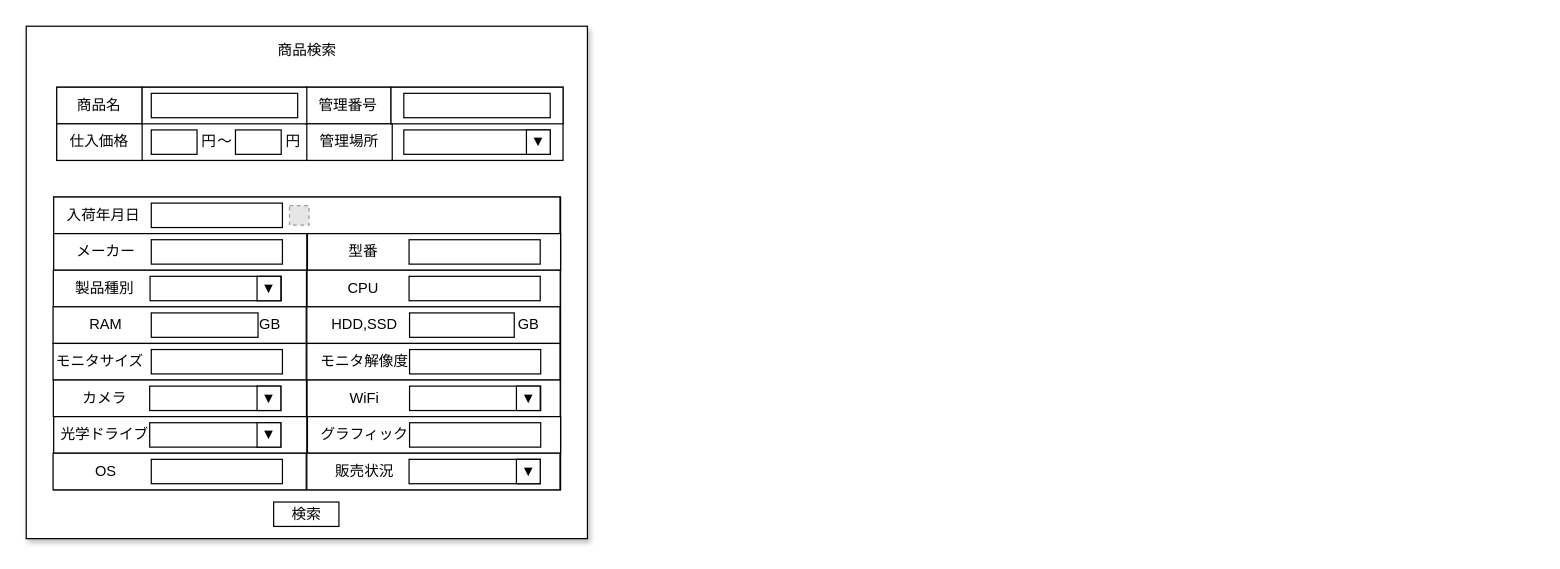
Earlier version of the draw.io diagram page "S08-01 商品情報検索" (1 of 3) of 各種設計書/6.画面設計書/S08_検索.drawio (HaruShim/Sotuken). Source tidied: cells renumbered, new cells numbered last; positions are measured from the earlier drawing's top-left corner, leaving out a move shared by most shapes. Both pictures are drawn from the tidied source at 122%, with x=0, y=0 at pixel (26, 26). Pictures stored in the file or linked from it are replaced by grey dashed boxes.
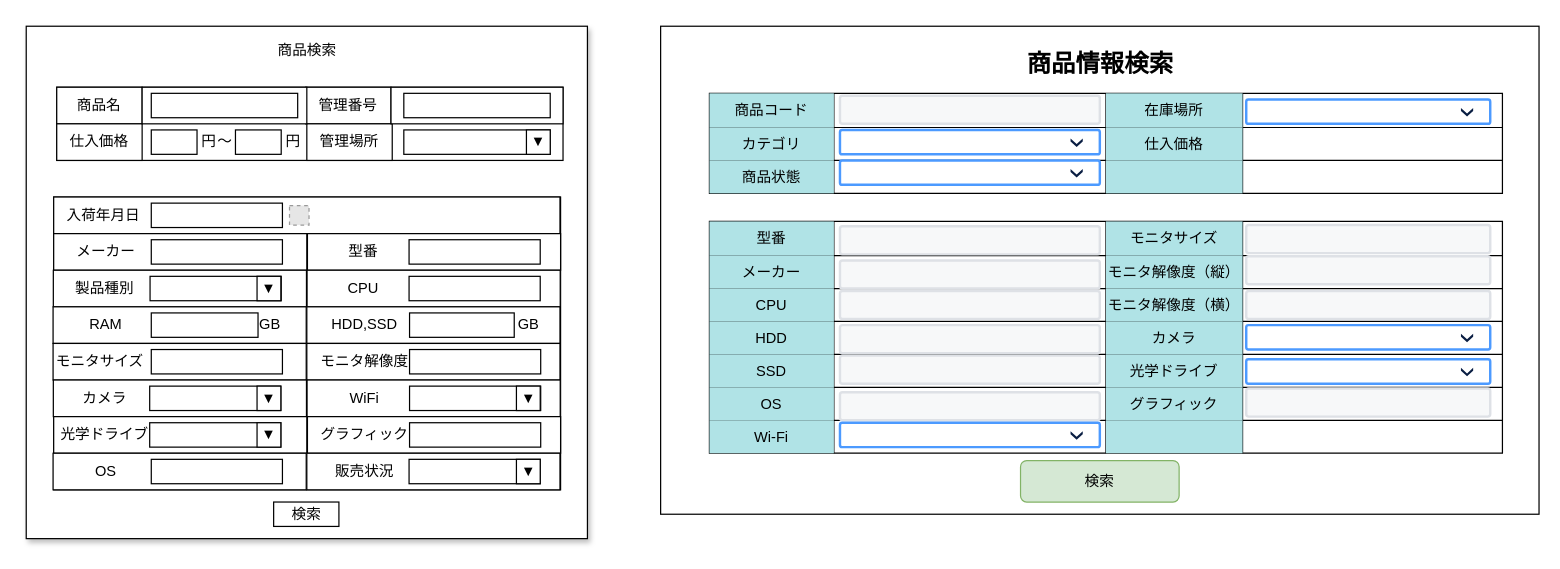
The same page after the edit.

The edit, as a diff of the source:
```diff
@@
+    <mxCell id="77" style="rounded=0;whiteSpace=wrap;html=1;fillColor=default;strokeColor=default;fontColor=default;" parent="1" vertex="1">
+      <mxGeometry x="520" width="720" height="400" as="geometry" />
+    </mxCell>
+    <mxCell id="78" value="商品情報検索" style="text;html=1;strokeColor=none;fillColor=none;align=center;verticalAlign=middle;whiteSpace=wrap;rounded=0;fontColor=default;fontStyle=1;fontSize=20;" parent="1" vertex="1">
+      <mxGeometry x="767.5" y="10" width="225" height="40" as="geometry" />
+    </mxCell>
+    <mxCell id="79" style="shape=table;startSize=0;childLayout=tableLayout;strokeColor=default;" parent="1" vertex="1">
+      <mxGeometry x="560" y="55" width="650" height="82" as="geometry" />
+    </mxCell>
+    <mxCell id="80" style="shape=partialRectangle;fillColor=none;top=0;left=0;bottom=0;right=0;strokeColor=default;" parent="79" vertex="1">
+      <mxGeometry width="650" height="28" as="geometry" />
+    </mxCell>
+    <mxCell id="81" value="商品コード" style="shape=partialRectangle;html=1;whiteSpace=wrap;overflow=hidden;fillColor=#b0e3e6;top=0;left=0;bottom=0;right=0;strokeColor=#0e8088;" parent="80" vertex="1">
+      <mxGeometry width="102" height="28" as="geometry" />
+    </mxCell>
+    <mxCell id="82" style="shape=partialRectangle;html=1;whiteSpace=wrap;overflow=hidden;fillColor=none;top=0;left=0;bottom=0;right=0;strokeColor=default;" parent="80" vertex="1">
+      <mxGeometry x="102" width="223" height="28" as="geometry" />
+    </mxCell>
+    <mxCell id="83" value="在庫場所" style="shape=partialRectangle;html=1;whiteSpace=wrap;overflow=hidden;fillColor=#b0e3e6;top=0;left=0;bottom=0;right=0;strokeColor=#0e8088;" parent="80" vertex="1">
+      <mxGeometry x="325" width="112" height="28" as="geometry" />
+    </mxCell>
+    <mxCell id="84" style="shape=partialRectangle;html=1;whiteSpace=wrap;overflow=hidden;fillColor=none;top=0;left=0;bottom=0;right=0;strokeColor=default;" parent="80" vertex="1">
+      <mxGeometry x="437" width="213" height="28" as="geometry" />
+    </mxCell>
+    <mxCell id="85" style="shape=partialRectangle;fillColor=none;top=0;left=0;bottom=0;right=0;strokeColor=default;" parent="79" vertex="1">
+      <mxGeometry y="28" width="650" height="27" as="geometry" />
+    </mxCell>
+    <mxCell id="86" value="カテゴリ" style="shape=partialRectangle;html=1;whiteSpace=wrap;overflow=hidden;fillColor=#b0e3e6;top=0;left=0;bottom=0;right=0;strokeColor=#0e8088;" parent="85" vertex="1">
+      <mxGeometry width="102" height="27" as="geometry" />
+    </mxCell>
+    <mxCell id="87" style="shape=partialRectangle;html=1;whiteSpace=wrap;overflow=hidden;fillColor=none;top=0;left=0;bottom=0;right=0;strokeColor=default;" parent="85" vertex="1">
+      <mxGeometry x="102" width="223" height="27" as="geometry" />
+    </mxCell>
+    <mxCell id="88" value="仕入価格" style="shape=partialRectangle;html=1;whiteSpace=wrap;overflow=hidden;fillColor=#b0e3e6;top=0;left=0;bottom=0;right=0;strokeColor=#0e8088;" parent="85" vertex="1">
+      <mxGeometry x="325" width="112" height="27" as="geometry" />
+    </mxCell>
+    <mxCell id="89" style="shape=partialRectangle;html=1;whiteSpace=wrap;overflow=hidden;fillColor=none;top=0;left=0;bottom=0;right=0;strokeColor=default;" parent="85" vertex="1">
+      <mxGeometry x="437" width="213" height="27" as="geometry" />
+    </mxCell>
+    <mxCell id="90" style="shape=partialRectangle;fillColor=none;top=0;left=0;bottom=0;right=0;strokeColor=default;" parent="79" vertex="1">
+      <mxGeometry y="55" width="650" height="27" as="geometry" />
+    </mxCell>
+    <mxCell id="91" value="商品状態" style="shape=partialRectangle;html=1;whiteSpace=wrap;overflow=hidden;fillColor=#b0e3e6;top=0;left=0;bottom=0;right=0;strokeColor=#0e8088;" parent="90" vertex="1">
+      <mxGeometry width="102" height="27" as="geometry" />
+    </mxCell>
+    <mxCell id="92" style="shape=partialRectangle;html=1;whiteSpace=wrap;overflow=hidden;fillColor=none;top=0;left=0;bottom=0;right=0;strokeColor=default;" parent="90" vertex="1">
+      <mxGeometry x="102" width="223" height="27" as="geometry" />
+    </mxCell>
+    <mxCell id="93" style="shape=partialRectangle;html=1;whiteSpace=wrap;overflow=hidden;fillColor=#b0e3e6;top=0;left=0;bottom=0;right=0;strokeColor=#0e8088;" parent="90" vertex="1">
+      <mxGeometry x="325" width="112" height="27" as="geometry" />
+    </mxCell>
+    <mxCell id="94" style="shape=partialRectangle;html=1;whiteSpace=wrap;overflow=hidden;fillColor=none;top=0;left=0;bottom=0;right=0;strokeColor=default;" parent="90" vertex="1">
+      <mxGeometry x="437" width="213" height="27" as="geometry" />
+    </mxCell>
+    <mxCell id="95" style="shape=table;startSize=0;childLayout=tableLayout;strokeColor=default;" parent="1" vertex="1">
+      <mxGeometry x="560" y="160" width="650" height="190" as="geometry" />
+    </mxCell>
+    <mxCell id="96" style="shape=partialRectangle;fillColor=none;top=0;left=0;bottom=0;right=0;strokeColor=default;" parent="95" vertex="1">
+      <mxGeometry width="650" height="28" as="geometry" />
+    </mxCell>
+    <mxCell id="97" value="型番" style="shape=partialRectangle;html=1;whiteSpace=wrap;overflow=hidden;fillColor=#b0e3e6;top=0;left=0;bottom=0;right=0;strokeColor=#0e8088;" parent="96" vertex="1">
+      <mxGeometry width="102" height="28" as="geometry" />
+    </mxCell>
+    <mxCell id="98" style="shape=partialRectangle;html=1;whiteSpace=wrap;overflow=hidden;fillColor=none;top=0;left=0;bottom=0;right=0;strokeColor=default;" parent="96" vertex="1">
+      <mxGeometry x="102" width="223" height="28" as="geometry" />
+    </mxCell>
+    <mxCell id="99" value="モニタサイズ" style="shape=partialRectangle;html=1;whiteSpace=wrap;overflow=hidden;fillColor=#b0e3e6;top=0;left=0;bottom=0;right=0;strokeColor=#0e8088;" parent="96" vertex="1">
+      <mxGeometry x="325" width="112" height="28" as="geometry" />
+    </mxCell>
+    <mxCell id="100" style="shape=partialRectangle;html=1;whiteSpace=wrap;overflow=hidden;fillColor=none;top=0;left=0;bottom=0;right=0;strokeColor=default;" parent="96" vertex="1">
+      <mxGeometry x="437" width="213" height="28" as="geometry" />
+    </mxCell>
+    <mxCell id="101" style="shape=partialRectangle;fillColor=none;top=0;left=0;bottom=0;right=0;strokeColor=default;" parent="95" vertex="1">
+      <mxGeometry y="28" width="650" height="27" as="geometry" />
+    </mxCell>
+    <mxCell id="102" value="メーカー" style="shape=partialRectangle;html=1;whiteSpace=wrap;overflow=hidden;fillColor=#b0e3e6;top=0;left=0;bottom=0;right=0;strokeColor=#0e8088;" parent="101" vertex="1">
+      <mxGeometry width="102" height="27" as="geometry" />
+    </mxCell>
+    <mxCell id="103" style="shape=partialRectangle;html=1;whiteSpace=wrap;overflow=hidden;fillColor=none;top=0;left=0;bottom=0;right=0;strokeColor=default;" parent="101" vertex="1">
+      <mxGeometry x="102" width="223" height="27" as="geometry" />
+    </mxCell>
+    <mxCell id="104" value="モニタ解像度（縦）" style="shape=partialRectangle;html=1;whiteSpace=wrap;overflow=hidden;fillColor=#b0e3e6;top=0;left=0;bottom=0;right=0;strokeColor=#0e8088;" parent="101" vertex="1">
+      <mxGeometry x="325" width="112" height="27" as="geometry" />
+    </mxCell>
+    <mxCell id="105" style="shape=partialRectangle;html=1;whiteSpace=wrap;overflow=hidden;fillColor=none;top=0;left=0;bottom=0;right=0;strokeColor=default;" parent="101" vertex="1">
+      <mxGeometry x="437" width="213" height="27" as="geometry" />
+    </mxCell>
+    <mxCell id="106" style="shape=partialRectangle;fillColor=none;top=0;left=0;bottom=0;right=0;strokeColor=default;" parent="95" vertex="1">
+      <mxGeometry y="55" width="650" height="27" as="geometry" />
+    </mxCell>
+    <mxCell id="107" value="CPU" style="shape=partialRectangle;html=1;whiteSpace=wrap;overflow=hidden;fillColor=#b0e3e6;top=0;left=0;bottom=0;right=0;strokeColor=#0e8088;" parent="106" vertex="1">
+      <mxGeometry width="102" height="27" as="geometry" />
+    </mxCell>
+    <mxCell id="108" style="shape=partialRectangle;html=1;whiteSpace=wrap;overflow=hidden;fillColor=none;top=0;left=0;bottom=0;right=0;strokeColor=default;" parent="106" vertex="1">
+      <mxGeometry x="102" width="223" height="27" as="geometry" />
+    </mxCell>
+    <mxCell id="109" value="モニタ解像度（横）" style="shape=partialRectangle;html=1;whiteSpace=wrap;overflow=hidden;fillColor=#b0e3e6;top=0;left=0;bottom=0;right=0;strokeColor=#0e8088;" parent="106" vertex="1">
+      <mxGeometry x="325" width="112" height="27" as="geometry" />
+    </mxCell>
+    <mxCell id="110" style="shape=partialRectangle;html=1;whiteSpace=wrap;overflow=hidden;fillColor=none;top=0;left=0;bottom=0;right=0;strokeColor=default;" parent="106" vertex="1">
+      <mxGeometry x="437" width="213" height="27" as="geometry" />
+    </mxCell>
+    <mxCell id="111" style="shape=partialRectangle;fillColor=none;top=0;left=0;bottom=0;right=0;strokeColor=default;" parent="95" vertex="1">
+      <mxGeometry y="82" width="650" height="27" as="geometry" />
+    </mxCell>
+    <mxCell id="112" value="HDD" style="shape=partialRectangle;html=1;whiteSpace=wrap;overflow=hidden;fillColor=#b0e3e6;top=0;left=0;bottom=0;right=0;strokeColor=#0e8088;" parent="111" vertex="1">
+      <mxGeometry width="102" height="27" as="geometry" />
+    </mxCell>
+    <mxCell id="113" style="shape=partialRectangle;html=1;whiteSpace=wrap;overflow=hidden;fillColor=none;top=0;left=0;bottom=0;right=0;strokeColor=default;" parent="111" vertex="1">
+      <mxGeometry x="102" width="223" height="27" as="geometry" />
+    </mxCell>
+    <mxCell id="114" value="カメラ" style="shape=partialRectangle;html=1;whiteSpace=wrap;overflow=hidden;fillColor=#b0e3e6;top=0;left=0;bottom=0;right=0;strokeColor=#0e8088;" parent="111" vertex="1">
+      <mxGeometry x="325" width="112" height="27" as="geometry" />
+    </mxCell>
+    <mxCell id="115" style="shape=partialRectangle;html=1;whiteSpace=wrap;overflow=hidden;fillColor=none;top=0;left=0;bottom=0;right=0;strokeColor=default;" parent="111" vertex="1">
+      <mxGeometry x="437" width="213" height="27" as="geometry" />
+    </mxCell>
+    <mxCell id="116" style="shape=partialRectangle;fillColor=none;top=0;left=0;bottom=0;right=0;strokeColor=default;" parent="95" vertex="1">
+      <mxGeometry y="109" width="650" height="27" as="geometry" />
+    </mxCell>
+    <mxCell id="117" value="SSD" style="shape=partialRectangle;html=1;whiteSpace=wrap;overflow=hidden;fillColor=#b0e3e6;top=0;left=0;bottom=0;right=0;strokeColor=#0e8088;" parent="116" vertex="1">
+      <mxGeometry width="102" height="27" as="geometry" />
+    </mxCell>
+    <mxCell id="118" style="shape=partialRectangle;html=1;whiteSpace=wrap;overflow=hidden;fillColor=none;top=0;left=0;bottom=0;right=0;strokeColor=default;" parent="116" vertex="1">
+      <mxGeometry x="102" width="223" height="27" as="geometry" />
+    </mxCell>
+    <mxCell id="119" value="光学ドライブ" style="shape=partialRectangle;html=1;whiteSpace=wrap;overflow=hidden;fillColor=#b0e3e6;top=0;left=0;bottom=0;right=0;strokeColor=#0e8088;" parent="116" vertex="1">
+      <mxGeometry x="325" width="112" height="27" as="geometry" />
+    </mxCell>
+    <mxCell id="120" style="shape=partialRectangle;html=1;whiteSpace=wrap;overflow=hidden;fillColor=none;top=0;left=0;bottom=0;right=0;strokeColor=default;" parent="116" vertex="1">
+      <mxGeometry x="437" width="213" height="27" as="geometry" />
+    </mxCell>
+    <mxCell id="121" style="shape=partialRectangle;fillColor=none;top=0;left=0;bottom=0;right=0;strokeColor=default;" parent="95" vertex="1">
+      <mxGeometry y="136" width="650" height="27" as="geometry" />
+    </mxCell>
+    <mxCell id="122" value="OS" style="shape=partialRectangle;html=1;whiteSpace=wrap;overflow=hidden;fillColor=#b0e3e6;top=0;left=0;bottom=0;right=0;strokeColor=#0e8088;" parent="121" vertex="1">
+      <mxGeometry width="102" height="27" as="geometry" />
+    </mxCell>
+    <mxCell id="123" style="shape=partialRectangle;html=1;whiteSpace=wrap;overflow=hidden;fillColor=none;top=0;left=0;bottom=0;right=0;strokeColor=default;" parent="121" vertex="1">
+      <mxGeometry x="102" width="223" height="27" as="geometry" />
+    </mxCell>
+    <mxCell id="124" value="グラフィック" style="shape=partialRectangle;html=1;whiteSpace=wrap;overflow=hidden;fillColor=#b0e3e6;top=0;left=0;bottom=0;right=0;strokeColor=#0e8088;" parent="121" vertex="1">
+      <mxGeometry x="325" width="112" height="27" as="geometry" />
+    </mxCell>
+    <mxCell id="125" style="shape=partialRectangle;html=1;whiteSpace=wrap;overflow=hidden;fillColor=none;top=0;left=0;bottom=0;right=0;strokeColor=default;" parent="121" vertex="1">
+      <mxGeometry x="437" width="213" height="27" as="geometry" />
+    </mxCell>
+    <mxCell id="126" style="shape=partialRectangle;fillColor=none;top=0;left=0;bottom=0;right=0;strokeColor=default;" parent="95" vertex="1">
+      <mxGeometry y="163" width="650" height="27" as="geometry" />
+    </mxCell>
+    <mxCell id="127" value="&lt;span&gt;Wi-Fi&lt;/span&gt;" style="shape=partialRectangle;html=1;whiteSpace=wrap;overflow=hidden;fillColor=#b0e3e6;top=0;left=0;bottom=0;right=0;strokeColor=#0e8088;" parent="126" vertex="1">
+      <mxGeometry width="102" height="27" as="geometry" />
+    </mxCell>
+    <mxCell id="128" style="shape=partialRectangle;html=1;whiteSpace=wrap;overflow=hidden;fillColor=none;top=0;left=0;bottom=0;right=0;strokeColor=default;" parent="126" vertex="1">
+      <mxGeometry x="102" width="223" height="27" as="geometry" />
+    </mxCell>
+    <mxCell id="129" style="shape=partialRectangle;html=1;whiteSpace=wrap;overflow=hidden;fillColor=#b0e3e6;top=0;left=0;bottom=0;right=0;strokeColor=#0e8088;" parent="126" vertex="1">
+      <mxGeometry x="325" width="112" height="27" as="geometry" />
+    </mxCell>
+    <mxCell id="130" style="shape=partialRectangle;html=1;whiteSpace=wrap;overflow=hidden;fillColor=none;top=0;left=0;bottom=0;right=0;strokeColor=default;" parent="126" vertex="1">
+      <mxGeometry x="437" width="213" height="27" as="geometry" />
+    </mxCell>
+    <mxCell id="131" value="検索" style="rounded=1;whiteSpace=wrap;html=1;align=center;labelBackgroundColor=none;fillColor=#d5e8d4;strokeColor=#82b366;" parent="1" vertex="1">
+      <mxGeometry x="815" y="356" width="130" height="34" as="geometry" />
+    </mxCell>
+    <mxCell id="132" style="rounded=1;arcSize=9;fillColor=#F7F8F9;align=left;spacingLeft=5;strokeColor=#DEE1E6;html=1;strokeWidth=2;fontSize=12;" parent="1" vertex="1">
+      <mxGeometry x="667" y="57" width="213" height="23" as="geometry" />
+    </mxCell>
+    <mxCell id="133" style="rounded=1;arcSize=9;fillColor=#F7F8F9;align=left;spacingLeft=5;strokeColor=#DEE1E6;html=1;strokeWidth=2;fontSize=12;" parent="1" vertex="1">
+      <mxGeometry x="667" y="164" width="213" height="23" as="geometry" />
+    </mxCell>
+    <mxCell id="134" style="rounded=1;arcSize=9;fillColor=#ffffff;strokeColor=#4C9AFF;html=1;strokeWidth=2;spacingLeft=30;fontColor=#000000;align=left;" parent="1" vertex="1">
+      <mxGeometry x="667" y="85" width="213" height="20" as="geometry" />
+    </mxCell>
+    <mxCell id="135" style="shape=step;whiteSpace=wrap;html=1;rounded=0;strokeColor=none;strokeWidth=2;fillColor=#0A1E43;gradientColor=none;fontFamily=Verdana;fontSize=14;fontColor=#000000;align=left;direction=south;size=0.65;" parent="134" vertex="1">
+      <mxGeometry x="1" y="0.5" width="10" height="7" relative="1" as="geometry">
+        <mxPoint x="-24" y="-3" as="offset" />
+      </mxGeometry>
+    </mxCell>
+    <mxCell id="136" style="rounded=1;arcSize=9;fillColor=#ffffff;strokeColor=#4C9AFF;html=1;strokeWidth=2;spacingLeft=30;fontColor=#000000;align=left;" parent="1" vertex="1">
+      <mxGeometry x="1000" y="60" width="200" height="20" as="geometry" />
+    </mxCell>
+    <mxCell id="137" style="shape=step;whiteSpace=wrap;html=1;rounded=0;strokeColor=none;strokeWidth=2;fillColor=#0A1E43;gradientColor=none;fontFamily=Verdana;fontSize=14;fontColor=#000000;align=left;direction=south;size=0.65;" parent="136" vertex="1">
+      <mxGeometry x="1" y="0.5" width="10" height="7" relative="1" as="geometry">
+        <mxPoint x="-24" y="-3" as="offset" />
+      </mxGeometry>
+    </mxCell>
+    <mxCell id="138" style="rounded=1;arcSize=9;fillColor=#F7F8F9;align=left;spacingLeft=5;strokeColor=#DEE1E6;html=1;strokeWidth=2;fontSize=12;" parent="1" vertex="1">
+      <mxGeometry x="667" y="192" width="213" height="23" as="geometry" />
+    </mxCell>
+    <mxCell id="139" style="rounded=1;arcSize=9;fillColor=#F7F8F9;align=left;spacingLeft=5;strokeColor=#DEE1E6;html=1;strokeWidth=2;fontSize=12;" parent="1" vertex="1">
+      <mxGeometry x="667" y="217" width="213" height="23" as="geometry" />
+    </mxCell>
+    <mxCell id="140" style="rounded=1;arcSize=9;fillColor=#F7F8F9;align=left;spacingLeft=5;strokeColor=#DEE1E6;html=1;strokeWidth=2;fontSize=12;" parent="1" vertex="1">
+      <mxGeometry x="667" y="245" width="213" height="23" as="geometry" />
+    </mxCell>
+    <mxCell id="141" style="rounded=1;arcSize=9;fillColor=#F7F8F9;align=left;spacingLeft=5;strokeColor=#DEE1E6;html=1;strokeWidth=2;fontSize=12;" parent="1" vertex="1">
+      <mxGeometry x="667" y="270" width="213" height="23" as="geometry" />
+    </mxCell>
+    <mxCell id="142" style="rounded=1;arcSize=9;fillColor=#F7F8F9;align=left;spacingLeft=5;strokeColor=#DEE1E6;html=1;strokeWidth=2;fontSize=12;" parent="1" vertex="1">
+      <mxGeometry x="667" y="300" width="213" height="23" as="geometry" />
+    </mxCell>
+    <mxCell id="143" style="rounded=1;arcSize=9;fillColor=#ffffff;strokeColor=#4C9AFF;html=1;strokeWidth=2;spacingLeft=30;fontColor=#000000;align=left;" parent="1" vertex="1">
+      <mxGeometry x="667" y="325" width="213" height="20" as="geometry" />
+    </mxCell>
+    <mxCell id="144" style="shape=step;whiteSpace=wrap;html=1;rounded=0;strokeColor=none;strokeWidth=2;fillColor=#0A1E43;gradientColor=none;fontFamily=Verdana;fontSize=14;fontColor=#000000;align=left;direction=south;size=0.65;" parent="143" vertex="1">
+      <mxGeometry x="1" y="0.5" width="10" height="7" relative="1" as="geometry">
+        <mxPoint x="-24" y="-3" as="offset" />
+      </mxGeometry>
+    </mxCell>
+    <mxCell id="145" style="rounded=1;arcSize=9;fillColor=#ffffff;strokeColor=#4C9AFF;html=1;strokeWidth=2;spacingLeft=30;fontColor=#000000;align=left;" parent="1" vertex="1">
+      <mxGeometry x="667" y="110" width="213" height="20" as="geometry" />
+    </mxCell>
+    <mxCell id="146" style="shape=step;whiteSpace=wrap;html=1;rounded=0;strokeColor=none;strokeWidth=2;fillColor=#0A1E43;gradientColor=none;fontFamily=Verdana;fontSize=14;fontColor=#000000;align=left;direction=south;size=0.65;" parent="145" vertex="1">
+      <mxGeometry x="1" y="0.5" width="10" height="7" relative="1" as="geometry">
+        <mxPoint x="-24" y="-3" as="offset" />
+      </mxGeometry>
+    </mxCell>
+    <mxCell id="147" style="rounded=1;arcSize=9;fillColor=#F7F8F9;align=left;spacingLeft=5;strokeColor=#DEE1E6;html=1;strokeWidth=2;fontSize=12;" parent="1" vertex="1">
+      <mxGeometry x="1000" y="163" width="200" height="23" as="geometry" />
+    </mxCell>
+    <mxCell id="148" style="rounded=1;arcSize=9;fillColor=#F7F8F9;align=left;spacingLeft=5;strokeColor=#DEE1E6;html=1;strokeWidth=2;fontSize=12;" parent="1" vertex="1">
+      <mxGeometry x="1000" y="188.5" width="200" height="23" as="geometry" />
+    </mxCell>
+    <mxCell id="149" style="rounded=1;arcSize=9;fillColor=#F7F8F9;align=left;spacingLeft=5;strokeColor=#DEE1E6;html=1;strokeWidth=2;fontSize=12;" parent="1" vertex="1">
+      <mxGeometry x="1000" y="217" width="200" height="23" as="geometry" />
+    </mxCell>
+    <mxCell id="150" style="rounded=1;arcSize=9;fillColor=#ffffff;strokeColor=#4C9AFF;html=1;strokeWidth=2;spacingLeft=30;fontColor=#000000;align=left;" parent="1" vertex="1">
+      <mxGeometry x="1000" y="245" width="200" height="20" as="geometry" />
+    </mxCell>
+    <mxCell id="151" style="shape=step;whiteSpace=wrap;html=1;rounded=0;strokeColor=none;strokeWidth=2;fillColor=#0A1E43;gradientColor=none;fontFamily=Verdana;fontSize=14;fontColor=#000000;align=left;direction=south;size=0.65;" parent="150" vertex="1">
+      <mxGeometry x="1" y="0.5" width="10" height="7" relative="1" as="geometry">
+        <mxPoint x="-24" y="-3" as="offset" />
+      </mxGeometry>
+    </mxCell>
+    <mxCell id="152" style="rounded=1;arcSize=9;fillColor=#ffffff;strokeColor=#4C9AFF;html=1;strokeWidth=2;spacingLeft=30;fontColor=#000000;align=left;" parent="1" vertex="1">
+      <mxGeometry x="1000" y="273" width="200" height="20" as="geometry" />
+    </mxCell>
+    <mxCell id="153" style="shape=step;whiteSpace=wrap;html=1;rounded=0;strokeColor=none;strokeWidth=2;fillColor=#0A1E43;gradientColor=none;fontFamily=Verdana;fontSize=14;fontColor=#000000;align=left;direction=south;size=0.65;" parent="152" vertex="1">
+      <mxGeometry x="1" y="0.5" width="10" height="7" relative="1" as="geometry">
+        <mxPoint x="-24" y="-3" as="offset" />
+      </mxGeometry>
+    </mxCell>
+    <mxCell id="154" style="rounded=1;arcSize=9;fillColor=#F7F8F9;align=left;spacingLeft=5;strokeColor=#DEE1E6;html=1;strokeWidth=2;fontSize=12;" parent="1" vertex="1">
+      <mxGeometry x="1000" y="297" width="200" height="23" as="geometry" />
+    </mxCell>
```
